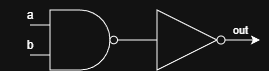
Above: doc/hwsim/and.png in direvus/btern (draw.io), before the change. Source tidied: cells renumbered, new cells last; positions are measured from the earlier drawing's top-left corner, leaving out a move shared by most shapes. Source of this version:
```xml
<mxGraphModel>
  <root>
    <mxCell id="0" />
    <mxCell id="1" parent="0" />
    <mxCell id="2" style="edgeStyle=orthogonalEdgeStyle;rounded=0;jettySize=auto;html=1;exitX=1;exitY=0.5;exitDx=0;exitDy=0;exitPerimeter=0;entryX=0;entryY=0.5;entryDx=0;entryDy=0;endArrow=none;endFill=0;" parent="1" edge="1" source="3">
      <mxGeometry relative="1" as="geometry">
        <mxPoint x="140" y="40" as="targetPoint" />
      </mxGeometry>
    </mxCell>
    <mxCell id="3" style="verticalLabelPosition=bottom;shadow=0;dashed=0;align=center;html=1;verticalAlign=top;shape=mxgraph.electrical.logic_gates.logic_gate;operation=and;negating=1;negSize=0.15;" parent="1" vertex="1">
      <mxGeometry x="30" y="10" width="100" height="60" as="geometry" />
    </mxCell>
    <mxCell id="4" style="edgeStyle=orthogonalEdgeStyle;rounded=0;orthogonalLoop=1;jettySize=auto;html=1;exitX=1;exitY=0.5;exitDx=0;exitDy=0;" parent="1" edge="1">
      <mxGeometry relative="1" as="geometry">
        <mxPoint x="240" y="40" as="sourcePoint" />
        <mxPoint x="260" y="40" as="targetPoint" />
      </mxGeometry>
    </mxCell>
    <mxCell id="5" value="out" style="edgeLabel;html=1;align=center;verticalAlign=middle;" parent="4" vertex="1">
      <mxGeometry x="0.2" relative="1" as="geometry">
        <mxPoint x="-12" y="-10" as="offset" />
      </mxGeometry>
    </mxCell>
    <mxCell id="6" value="a" style="text;html=1;whiteSpace=wrap;strokeColor=none;fillColor=none;align=center;verticalAlign=middle;rounded=0;" parent="1" vertex="1">
      <mxGeometry width="60" height="30" as="geometry" />
    </mxCell>
    <mxCell id="7" value="b" style="text;html=1;whiteSpace=wrap;strokeColor=none;fillColor=none;align=center;verticalAlign=middle;rounded=0;" parent="1" vertex="1">
      <mxGeometry y="30" width="60" height="30" as="geometry" />
    </mxCell>
    <mxCell id="8" style="verticalLabelPosition=bottom;shadow=0;dashed=0;align=center;html=1;verticalAlign=top;shape=mxgraph.electrical.logic_gates.inverter_2;" parent="1" vertex="1">
      <mxGeometry x="140" y="10" width="100" height="60" as="geometry" />
    </mxCell>
  </root>
</mxGraphModel>
```
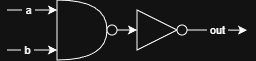
Later version of the same file.

Commit message:
Update AND gate diagram to new shapes

Change to the diagram source:
```diff
@@ -2,33 +2,58 @@
   <root>
     <mxCell id="0" />
     <mxCell id="1" parent="0" />
-    <mxCell id="2" style="edgeStyle=orthogonalEdgeStyle;rounded=0;jettySize=auto;html=1;exitX=1;exitY=0.5;exitDx=0;exitDy=0;exitPerimeter=0;entryX=0;entryY=0.5;entryDx=0;entryDy=0;endArrow=none;endFill=0;" parent="1" edge="1" source="3">
-      <mxGeometry relative="1" as="geometry">
-        <mxPoint x="140" y="40" as="targetPoint" />
-      </mxGeometry>
-    </mxCell>
-    <mxCell id="3" style="verticalLabelPosition=bottom;shadow=0;dashed=0;align=center;html=1;verticalAlign=top;shape=mxgraph.electrical.logic_gates.logic_gate;operation=and;negating=1;negSize=0.15;" parent="1" vertex="1">
-      <mxGeometry x="30" y="10" width="100" height="60" as="geometry" />
-    </mxCell>
-    <mxCell id="4" style="edgeStyle=orthogonalEdgeStyle;rounded=0;orthogonalLoop=1;jettySize=auto;html=1;exitX=1;exitY=0.5;exitDx=0;exitDy=0;" parent="1" edge="1">
-      <mxGeometry relative="1" as="geometry">
-        <mxPoint x="240" y="40" as="sourcePoint" />
-        <mxPoint x="260" y="40" as="targetPoint" />
-      </mxGeometry>
-    </mxCell>
+    <mxCell id="9" style="group;" parent="1" vertex="1">
+      <mxGeometry x="270" y="60" width="60" height="60" as="geometry" />
+    </mxCell>
+    <mxCell id="10" style="shape=or;whiteSpace=wrap;html=1;" parent="9" vertex="1">
+      <mxGeometry width="50" height="60" as="geometry" />
+    </mxCell>
+    <mxCell id="11" style="edgeStyle=orthogonalEdgeStyle;rounded=0;jettySize=auto;html=1;exitX=1;exitY=0.5;exitDx=0;exitDy=0;exitPerimeter=0;" parent="9" edge="1" source="12">
+      <mxGeometry relative="1" as="geometry">
+        <mxPoint x="80" y="30.1" as="targetPoint" />
+      </mxGeometry>
+    </mxCell>
+    <mxCell id="12" style="ellipse;whiteSpace=wrap;html=1;points=[[0,0.5,0,0,0],[1,0.5,0,0,0]];" parent="9" vertex="1">
+      <mxGeometry x="50" y="25" width="10" height="10" as="geometry" />
+    </mxCell>
+    <mxCell id="13" style="group;" parent="1" vertex="1">
+      <mxGeometry x="350" y="70" width="50" height="40" as="geometry" />
+    </mxCell>
+    <mxCell id="14" style="triangle;whiteSpace=wrap;html=1;" parent="13" vertex="1">
+      <mxGeometry width="40" height="40" as="geometry" />
+    </mxCell>
+    <mxCell id="15" style="edgeStyle=orthogonalEdgeStyle;rounded=0;jettySize=auto;html=1;exitX=1;exitY=0.5;exitDx=0;exitDy=0;" parent="13" edge="1" source="16">
+      <mxGeometry relative="1" as="geometry">
+        <mxPoint x="110" y="20.1" as="targetPoint" />
+      </mxGeometry>
+    </mxCell>
-    <mxCell id="5" value="out" style="edgeLabel;html=1;align=center;verticalAlign=middle;" parent="4" vertex="1">
-      <mxGeometry x="0.2" relative="1" as="geometry">
-        <mxPoint x="-12" y="-10" as="offset" />
+    <mxCell id="5" value="&amp;nbsp;out&amp;nbsp;" style="edgeLabel;html=1;align=center;verticalAlign=middle;" parent="15" vertex="1">
+      <mxGeometry x="0.23" y="1" relative="1" as="geometry">
+        <mxPoint x="-7" y="1" as="offset" />
       </mxGeometry>
     </mxCell>
+    <mxCell id="16" style="ellipse;whiteSpace=wrap;html=1;" parent="13" vertex="1">
+      <mxGeometry x="40" y="15" width="10" height="10" as="geometry" />
+    </mxCell>
+    <mxCell id="17" style="edgeStyle=orthogonalEdgeStyle;orthogonalLoop=1;jettySize=auto;html=1;rounded=0;jumpStyle=arc;" parent="1" edge="1">
+      <mxGeometry relative="1" as="geometry">
+        <mxPoint x="220" y="70" as="sourcePoint" />
+        <mxPoint x="270" y="70" as="targetPoint" />
+      </mxGeometry>
+    </mxCell>
-    <mxCell id="6" value="a" style="text;html=1;whiteSpace=wrap;strokeColor=none;fillColor=none;align=center;verticalAlign=middle;rounded=0;" parent="1" vertex="1">
-      <mxGeometry width="60" height="30" as="geometry" />
+    <mxCell id="6" value="&amp;nbsp;a&amp;nbsp;" style="edgeLabel;html=1;align=center;verticalAlign=middle;" parent="17" vertex="1">
+      <mxGeometry x="-0.18" y="1" relative="1" as="geometry">
+        <mxPoint y="1" as="offset" />
+      </mxGeometry>
     </mxCell>
+    <mxCell id="18" style="edgeStyle=orthogonalEdgeStyle;orthogonalLoop=1;jettySize=auto;html=1;rounded=0;jumpStyle=arc;" parent="1" edge="1">
+      <mxGeometry relative="1" as="geometry">
+        <mxPoint x="220" y="110" as="sourcePoint" />
+        <mxPoint x="270" y="110" as="targetPoint" />
+      </mxGeometry>
+    </mxCell>
-    <mxCell id="7" value="b" style="text;html=1;whiteSpace=wrap;strokeColor=none;fillColor=none;align=center;verticalAlign=middle;rounded=0;" parent="1" vertex="1">
-      <mxGeometry y="30" width="60" height="30" as="geometry" />
+    <mxCell id="7" value="&amp;nbsp;b&amp;nbsp;" style="edgeLabel;html=1;align=center;verticalAlign=middle;" parent="18" vertex="1">
+      <mxGeometry x="-0.2" relative="1" as="geometry" />
     </mxCell>
-    <mxCell id="8" style="verticalLabelPosition=bottom;shadow=0;dashed=0;align=center;html=1;verticalAlign=top;shape=mxgraph.electrical.logic_gates.inverter_2;" parent="1" vertex="1">
-      <mxGeometry x="140" y="10" width="100" height="60" as="geometry" />
-    </mxCell>
   </root>
 </mxGraphModel>
```
